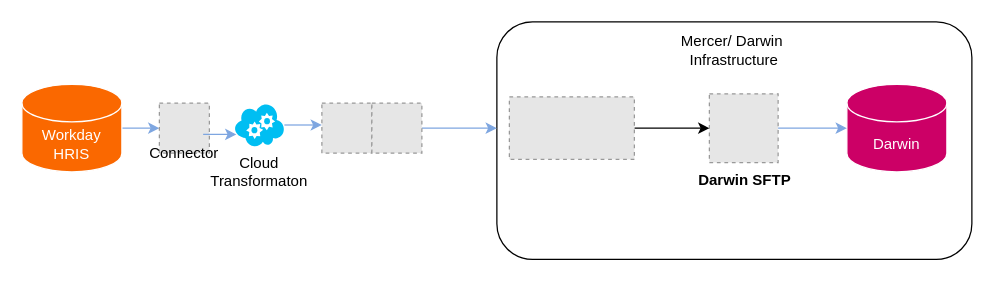
This is Hiscox Darwin Integration.drawio from sandyaroma/sandyaroma, a draw.io file, before an edit. Source tidied: cells renumbered, new cells numbered last; positions are measured from the earlier drawing's top-left corner, leaving out a move shared by most shapes. Both pictures are drawn from the tidied source at 125%, with x=0, y=0 at pixel (21, 21). Pictures stored in the file or linked from it are replaced by grey dashed boxes.
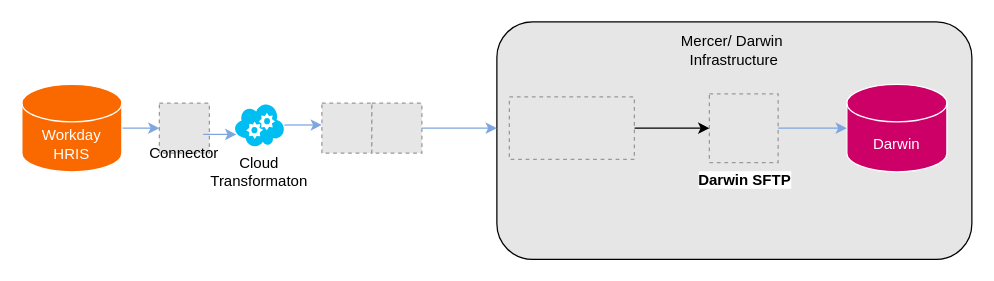
After the change.

The edit, as a diff of the source:
```diff
@@
-    <mxCell id="2" value="Mercer/ Darwin&amp;nbsp;&lt;div&gt;Infrastructure&lt;/div&gt;&lt;div&gt;&lt;br&gt;&lt;/div&gt;&lt;div&gt;&lt;br&gt;&lt;/div&gt;&lt;div&gt;&lt;br&gt;&lt;/div&gt;&lt;div&gt;&lt;br&gt;&lt;/div&gt;&lt;div&gt;&lt;br&gt;&lt;/div&gt;&lt;div&gt;&lt;br&gt;&lt;/div&gt;&lt;div&gt;&lt;br&gt;&lt;/div&gt;&lt;div&gt;&lt;br&gt;&lt;/div&gt;&lt;div&gt;&lt;br&gt;&lt;/div&gt;&lt;div&gt;&lt;br&gt;&lt;/div&gt;" style="rounded=1;whiteSpace=wrap;html=1;" parent="1" vertex="1">
+    <mxCell id="2" value="Mercer/ Darwin&amp;nbsp;&lt;div&gt;Infrastructure&lt;/div&gt;&lt;div&gt;&lt;br&gt;&lt;/div&gt;&lt;div&gt;&lt;br&gt;&lt;/div&gt;&lt;div&gt;&lt;br&gt;&lt;/div&gt;&lt;div&gt;&lt;br&gt;&lt;/div&gt;&lt;div&gt;&lt;br&gt;&lt;/div&gt;&lt;div&gt;&lt;br&gt;&lt;/div&gt;&lt;div&gt;&lt;br&gt;&lt;/div&gt;&lt;div&gt;&lt;br&gt;&lt;/div&gt;&lt;div&gt;&lt;br&gt;&lt;/div&gt;&lt;div&gt;&lt;br&gt;&lt;/div&gt;" style="rounded=1;whiteSpace=wrap;html=1;fillColor=#E6E6E6;" parent="1" vertex="1">
       <mxGeometry x="380" width="380" height="190" as="geometry" />
     </mxCell>
```
